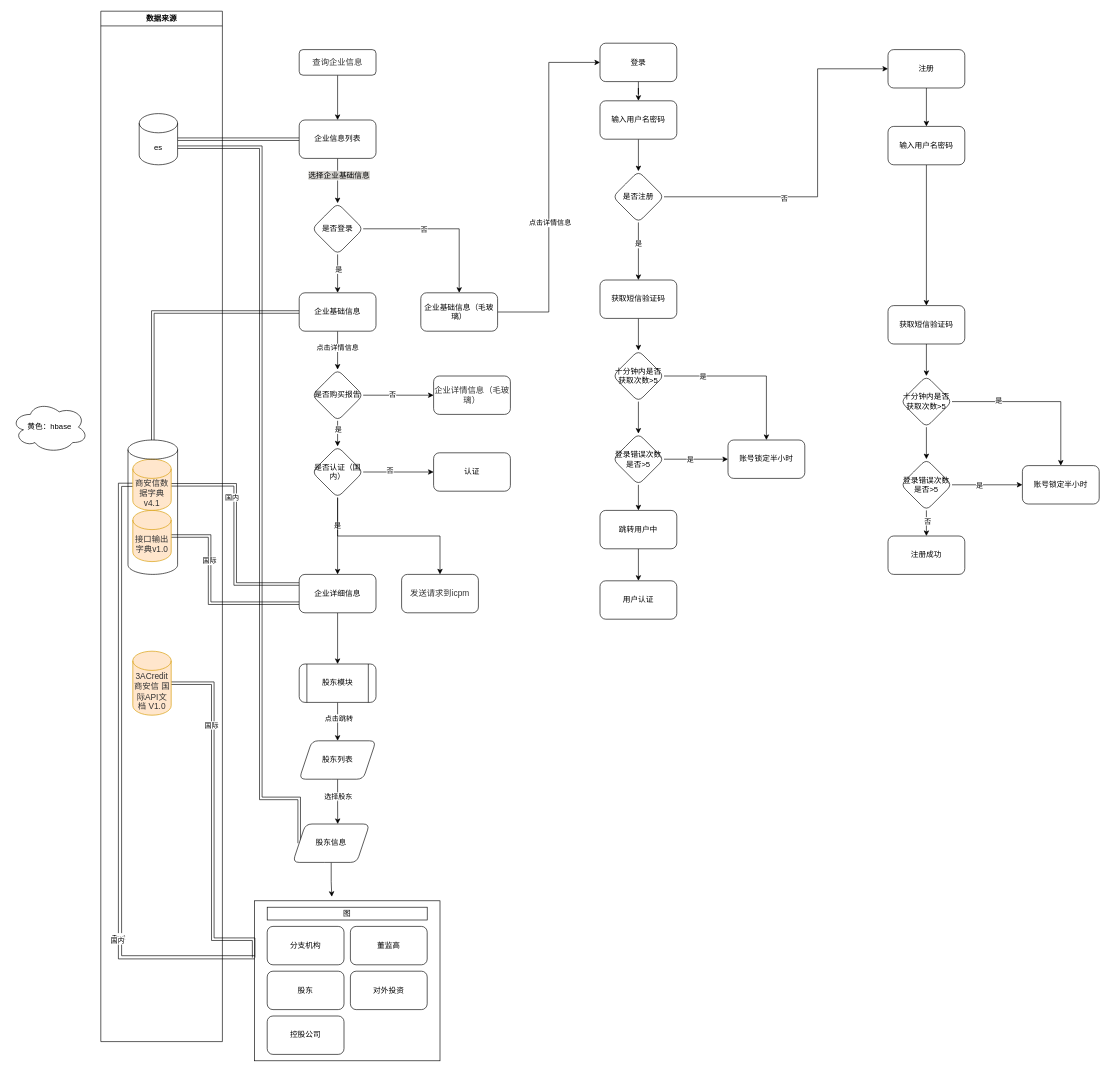
Above: 全球鹰.drawio in lq460541033/draw_dev (draw.io), before the change. Source tidied: cells renumbered, new cells numbered last; positions are measured from the earlier drawing's top-left corner, leaving out a move shared by most shapes. Both pictures are drawn from the tidied source at 64%, with x=0, y=0 at pixel (11, 11).
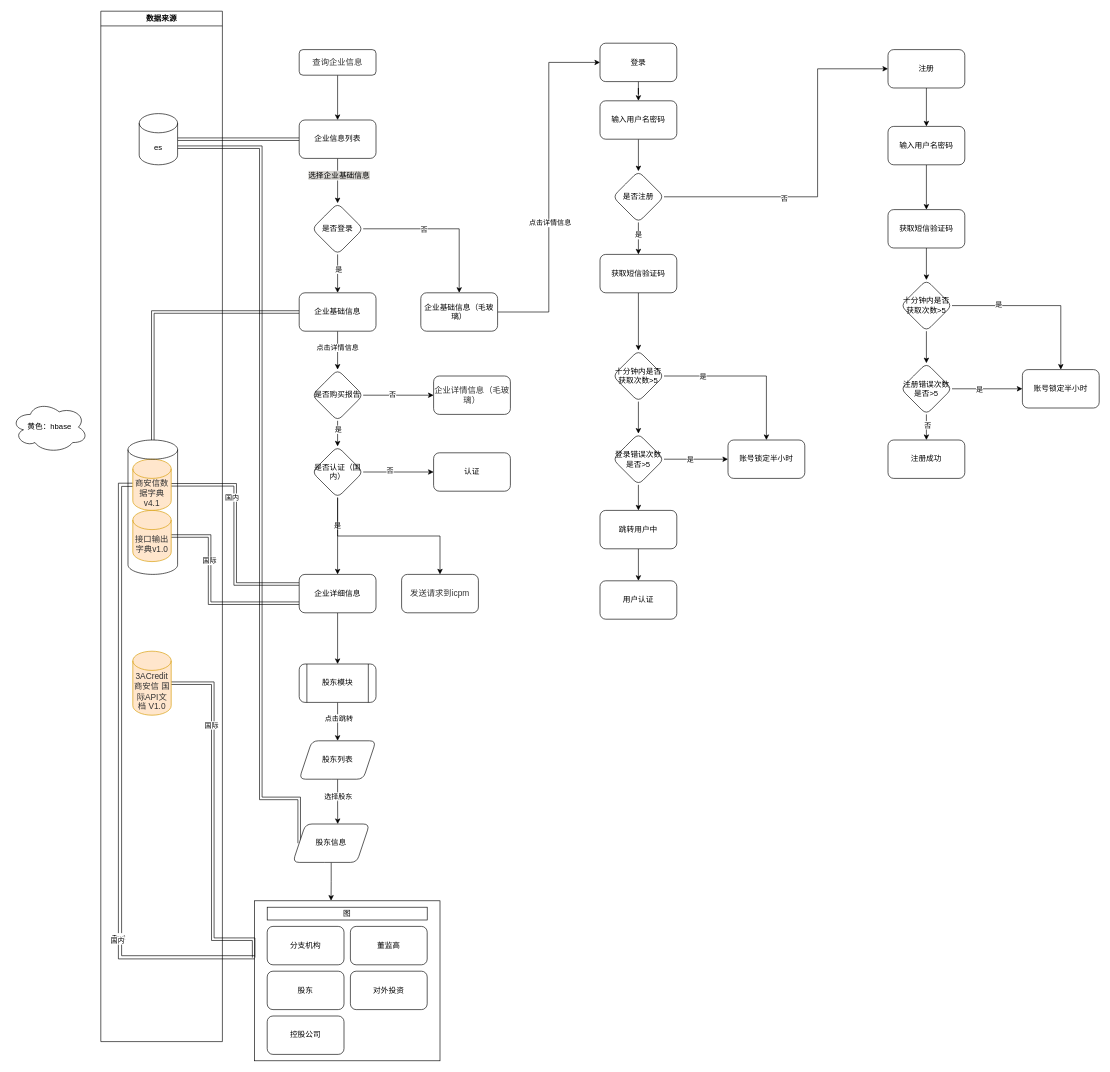
The same page after the edit.

Unchanged cells that the change refers to:
```xml
<mxCell id="47" style="rounded=0;whiteSpace=wrap;html=1;textOpacity=0;labelPosition=left;verticalLabelPosition=top;align=right;verticalAlign=bottom;fillColor=none;" parent="1" vertex="1">
  <mxGeometry x="380" y="1390" width="290" height="250" as="geometry" />
</mxCell>
<mxCell id="57" value="股东信息" style="shape=parallelogram;perimeter=parallelogramPerimeter;whiteSpace=wrap;html=1;fixedSize=1;rounded=1;" parent="1" vertex="1">
  <mxGeometry x="440" y="1270" width="120" height="60" as="geometry" />
</mxCell>
```

Diff of the diagram source:
```diff
@@
-    <mxCell id="56" style="edgeStyle=orthogonalEdgeStyle;rounded=0;jettySize=auto;html=1;entryX=0.417;entryY=-0.025;entryDx=0;entryDy=0;entryPerimeter=0;" parent="1" edge="1" source="57" target="47">
+    <mxCell id="56" style="edgeStyle=orthogonalEdgeStyle;rounded=0;jettySize=auto;html=1;entryX=0.413;entryY=-0.001;entryDx=0;entryDy=0;entryPerimeter=0;" parent="1" edge="1" source="57" target="47">
       <mxGeometry relative="1" as="geometry" />
     </mxCell>
@@
     <mxCell id="81" value="获取短信验证码" style="whiteSpace=wrap;html=1;rounded=1;" parent="1" vertex="1">
-      <mxGeometry x="920" y="420" width="120" height="60" as="geometry" />
+      <mxGeometry x="920" y="380" width="120" height="60" as="geometry" />
     </mxCell>
@@
-    <mxCell id="95" style="edgeStyle=orthogonalEdgeStyle;rounded=0;jettySize=auto;html=1;" parent="1" edge="1" source="99" target="100">
-      <mxGeometry relative="1" as="geometry">
-        <Array as="points">
-          <mxPoint x="1510" y="740" />
-          <mxPoint x="1510" y="740" />
-        </Array>
-      </mxGeometry>
+    <mxCell id="95" style="edgeStyle=orthogonalEdgeStyle;rounded=0;jettySize=auto;html=1;entryX=0;entryY=0.5;entryDx=0;entryDy=0;" parent="1" edge="1" source="99" target="100">
+      <mxGeometry relative="1" as="geometry" />
     </mxCell>
@@
-    <mxCell id="99" value="登录错误次数是否&amp;gt;5" style="rhombus;whiteSpace=wrap;html=1;rounded=1;" parent="1" vertex="1">
-      <mxGeometry x="1390" y="700" width="80" height="80" as="geometry" />
+    <mxCell id="99" value="注册错误次数是否&amp;gt;5" style="rhombus;whiteSpace=wrap;html=1;rounded=1;" parent="1" vertex="1">
+      <mxGeometry x="1390" y="550" width="80" height="80" as="geometry" />
     </mxCell>
     <mxCell id="100" value="账号锁定半小时" style="whiteSpace=wrap;html=1;rounded=1;" parent="1" vertex="1">
-      <mxGeometry x="1580" y="710" width="120" height="60" as="geometry" />
+      <mxGeometry x="1580" y="560" width="120" height="60" as="geometry" />
     </mxCell>
@@
     <mxCell id="102" value="获取短信验证码" style="whiteSpace=wrap;html=1;rounded=1;" parent="1" vertex="1">
-      <mxGeometry x="1370" y="460" width="120" height="60" as="geometry" />
+      <mxGeometry x="1370" y="310" width="120" height="60" as="geometry" />
     </mxCell>
@@
     <mxCell id="106" value="十分钟内是否获取次数&amp;gt;5" style="rhombus;whiteSpace=wrap;html=1;rounded=1;" parent="1" vertex="1">
-      <mxGeometry x="1390" y="570" width="80" height="80" as="geometry" />
+      <mxGeometry x="1390" y="420" width="80" height="80" as="geometry" />
     </mxCell>
     <mxCell id="107" value="注册成功" style="whiteSpace=wrap;html=1;rounded=1;" parent="1" vertex="1">
-      <mxGeometry x="1370" y="820" width="120" height="60" as="geometry" />
+      <mxGeometry x="1370" y="670" width="120" height="60" as="geometry" />
     </mxCell>
```
